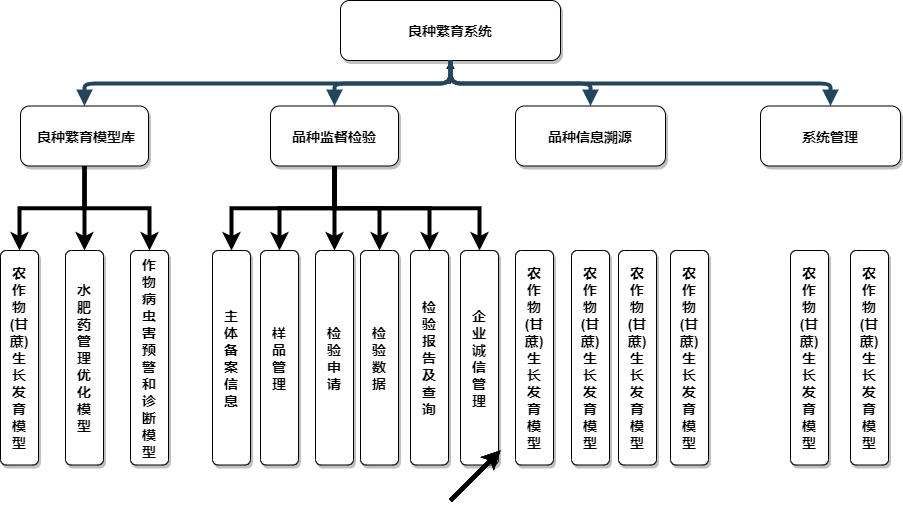
This is Untitled Diagram.png from kevinchen008/dragon, a draw.io export, as it was before one commit. Source tidied: cells renumbered, new cells last; positions are measured from the earlier drawing's top-left corner, leaving out a move shared by most shapes.
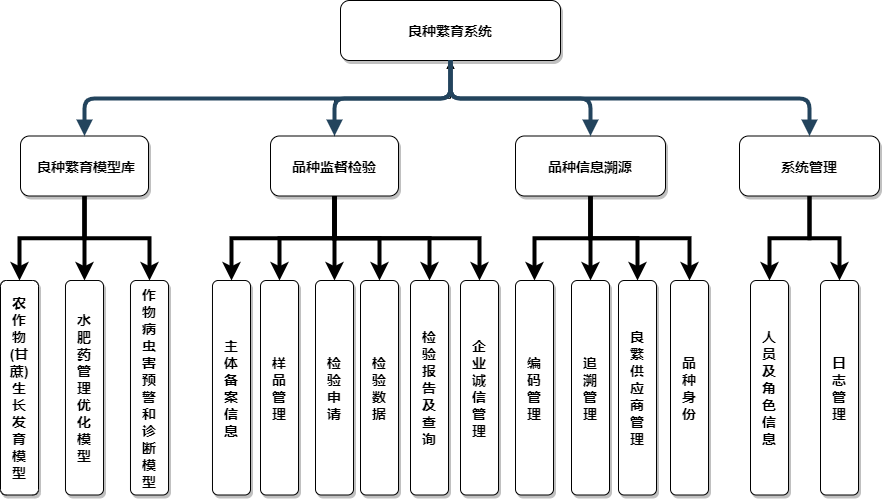
Above is the later version.

What changed in the source:
```diff
@@ -3,7 +3,7 @@
     <mxCell id="0" />
     <mxCell id="1" parent="0" />
     <mxCell id="2" value="良种繁育系统" style="rounded=1;shadow=1;fontStyle=1;fontSize=14;" parent="1" vertex="1">
-      <mxGeometry x="340" width="220" height="60" as="geometry" />
+      <mxGeometry x="340" y="-30" width="220" height="60" as="geometry" />
     </mxCell>
     <mxCell id="3" style="edgeStyle=orthogonalEdgeStyle;rounded=0;jettySize=auto;html=1;entryX=0.5;entryY=0;entryDx=0;entryDy=0;fontFamily=Helvetica;strokeWidth=4;exitX=0.5;exitY=1;exitDx=0;exitDy=0;" parent="1" edge="1" source="6" target="16">
       <mxGeometry relative="1" as="geometry" />
@@ -41,6 +41,18 @@
     <mxCell id="14" value="品种监督检验" style="rounded=1;shadow=1;fontStyle=1;fontSize=14;" parent="1" vertex="1">
       <mxGeometry x="270" y="105.5" width="128" height="60" as="geometry" />
     </mxCell>
+    <mxCell id="41" style="edgeStyle=orthogonalEdgeStyle;rounded=0;jettySize=auto;html=1;exitX=0.5;exitY=1;exitDx=0;exitDy=0;entryX=0.5;entryY=0;entryDx=0;entryDy=0;strokeWidth=4;fontFamily=Helvetica;" parent="1" edge="1" source="15" target="30">
+      <mxGeometry relative="1" as="geometry" />
+    </mxCell>
+    <mxCell id="42" style="edgeStyle=orthogonalEdgeStyle;rounded=0;jettySize=auto;html=1;exitX=0.5;exitY=1;exitDx=0;exitDy=0;entryX=0.5;entryY=0;entryDx=0;entryDy=0;strokeWidth=4;fontFamily=Helvetica;" parent="1" edge="1" source="15" target="31">
+      <mxGeometry relative="1" as="geometry" />
+    </mxCell>
+    <mxCell id="43" style="edgeStyle=orthogonalEdgeStyle;rounded=0;jettySize=auto;html=1;exitX=0.5;exitY=1;exitDx=0;exitDy=0;strokeWidth=4;fontFamily=Helvetica;" parent="1" edge="1" source="15" target="32">
+      <mxGeometry relative="1" as="geometry" />
+    </mxCell>
+    <mxCell id="44" style="edgeStyle=orthogonalEdgeStyle;rounded=0;jettySize=auto;html=1;exitX=0.5;exitY=1;exitDx=0;exitDy=0;strokeWidth=4;fontFamily=Helvetica;" parent="1" edge="1" source="15" target="33">
+      <mxGeometry relative="1" as="geometry" />
+    </mxCell>
     <mxCell id="15" value="品种信息溯源" style="rounded=1;shadow=1;fontStyle=1;fontSize=14;" parent="1" vertex="1">
       <mxGeometry x="515" y="105.5" width="150" height="60" as="geometry" />
     </mxCell>
@@ -56,8 +68,14 @@
     <mxCell id="19" style="edgeStyle=elbowEdgeStyle;elbow=vertical;strokeWidth=4;endArrow=block;endFill=1;fontStyle=1;strokeColor=#23445D;" parent="1" edge="1" source="2" target="15">
       <mxGeometry x="22" y="165.5" as="geometry" />
     </mxCell>
+    <mxCell id="45" style="edgeStyle=orthogonalEdgeStyle;rounded=0;jettySize=auto;html=1;exitX=0.5;exitY=1;exitDx=0;exitDy=0;entryX=0.5;entryY=0;entryDx=0;entryDy=0;strokeWidth=4;fontFamily=Helvetica;" parent="1" edge="1" source="20" target="34">
+      <mxGeometry relative="1" as="geometry" />
+    </mxCell>
+    <mxCell id="46" style="edgeStyle=orthogonalEdgeStyle;rounded=0;jettySize=auto;html=1;exitX=0.5;exitY=1;exitDx=0;exitDy=0;entryX=0.5;entryY=0;entryDx=0;entryDy=0;strokeWidth=4;fontFamily=Helvetica;" parent="1" edge="1" source="20" target="35">
+      <mxGeometry relative="1" as="geometry" />
+    </mxCell>
     <mxCell id="20" value="系统管理" style="rounded=1;shadow=1;fontStyle=1;fontSize=14;" parent="1" vertex="1">
-      <mxGeometry x="760" y="105.5" width="140" height="60" as="geometry" />
+      <mxGeometry x="739" y="105.5" width="140" height="60" as="geometry" />
     </mxCell>
     <mxCell id="21" style="edgeStyle=elbowEdgeStyle;elbow=vertical;strokeWidth=4;endArrow=block;endFill=1;fontStyle=1;strokeColor=#23445D;exitX=0.5;exitY=1;exitDx=0;exitDy=0;" parent="1" edge="1" source="2" target="20">
       <mxGeometry x="32" y="175.5" as="geometry" />
@@ -86,53 +104,23 @@
     <mxCell id="29" value="企&#10;业&#10;诚&#10;信&#10;管&#10;理" style="rounded=1;shadow=1;fontStyle=1;fontSize=14;" parent="1" vertex="1">
       <mxGeometry x="460" y="250" width="38" height="214.5" as="geometry" />
     </mxCell>
-    <mxCell id="30" value="农&#10;作&#10;物&#10;(甘&#10;蔗)&#10;生&#10;长&#10;发&#10;育&#10;模&#10;型" style="rounded=1;shadow=1;fontStyle=1;fontSize=14;" parent="1" vertex="1">
+    <mxCell id="30" value="编&#10;码&#10;管&#10;理" style="rounded=1;shadow=1;fontStyle=1;fontSize=14;" parent="1" vertex="1">
       <mxGeometry x="515" y="250" width="38" height="214.5" as="geometry" />
     </mxCell>
-    <mxCell id="31" value="农&#10;作&#10;物&#10;(甘&#10;蔗)&#10;生&#10;长&#10;发&#10;育&#10;模&#10;型" style="rounded=1;shadow=1;fontStyle=1;fontSize=14;" parent="1" vertex="1">
+    <mxCell id="31" value="追&#10;溯&#10;管&#10;理" style="rounded=1;shadow=1;fontStyle=1;fontSize=14;" parent="1" vertex="1">
       <mxGeometry x="571" y="250" width="38" height="214.5" as="geometry" />
     </mxCell>
-    <mxCell id="32" value="农&#10;作&#10;物&#10;(甘&#10;蔗)&#10;生&#10;长&#10;发&#10;育&#10;模&#10;型" style="rounded=1;shadow=1;fontStyle=1;fontSize=14;" parent="1" vertex="1">
+    <mxCell id="32" value="良&#10;繁&#10;供&#10;应&#10;商&#10;管&#10;理" style="rounded=1;shadow=1;fontStyle=1;fontSize=14;" parent="1" vertex="1">
       <mxGeometry x="618" y="250" width="38" height="214.5" as="geometry" />
     </mxCell>
-    <mxCell id="33" value="农&#10;作&#10;物&#10;(甘&#10;蔗)&#10;生&#10;长&#10;发&#10;育&#10;模&#10;型" style="rounded=1;shadow=1;fontStyle=1;fontSize=14;" parent="1" vertex="1">
+    <mxCell id="33" value="品&#10;种&#10;身&#10;份" style="rounded=1;shadow=1;fontStyle=1;fontSize=14;" parent="1" vertex="1">
       <mxGeometry x="670" y="250" width="38" height="214.5" as="geometry" />
     </mxCell>
-    <mxCell id="34" value="农&#10;作&#10;物&#10;(甘&#10;蔗)&#10;生&#10;长&#10;发&#10;育&#10;模&#10;型" style="rounded=1;shadow=1;fontStyle=1;fontSize=14;" parent="1" vertex="1">
-      <mxGeometry x="790" y="250" width="38" height="214.5" as="geometry" />
+    <mxCell id="34" value="人&#10;员&#10;及&#10;角&#10;色&#10;信&#10;息" style="rounded=1;shadow=1;fontStyle=1;fontSize=14;" parent="1" vertex="1">
+      <mxGeometry x="750" y="250" width="38" height="214.5" as="geometry" />
     </mxCell>
-    <mxCell id="35" value="农&#10;作&#10;物&#10;(甘&#10;蔗)&#10;生&#10;长&#10;发&#10;育&#10;模&#10;型" style="rounded=1;shadow=1;fontStyle=1;fontSize=14;" parent="1" vertex="1">
-      <mxGeometry x="850" y="250" width="38" height="214.5" as="geometry" />
+    <mxCell id="35" value="日&#10;志&#10;管&#10;理" style="rounded=1;shadow=1;fontStyle=1;fontSize=14;" parent="1" vertex="1">
+      <mxGeometry x="820" y="250" width="38" height="214.5" as="geometry" />
     </mxCell>
-    <mxCell id="36" style="endArrow=classic;html=1;strokeWidth=4;fontFamily=Helvetica;" parent="1" edge="1">
-      <mxGeometry relative="1" as="geometry">
-        <mxPoint x="450" y="500" as="sourcePoint" />
-        <mxPoint x="500" y="450" as="targetPoint" />
-      </mxGeometry>
-    </mxCell>
-    <mxCell id="37" style="endArrow=classic;html=1;strokeWidth=4;fontFamily=Helvetica;" parent="1" edge="1">
-      <mxGeometry relative="1" as="geometry">
-        <mxPoint x="450" y="500" as="sourcePoint" />
-        <mxPoint x="500" y="450" as="targetPoint" />
-      </mxGeometry>
-    </mxCell>
-    <mxCell id="38" style="endArrow=classic;html=1;strokeWidth=4;fontFamily=Helvetica;" parent="1" edge="1">
-      <mxGeometry relative="1" as="geometry">
-        <mxPoint x="450" y="500" as="sourcePoint" />
-        <mxPoint x="500" y="450" as="targetPoint" />
-      </mxGeometry>
-    </mxCell>
-    <mxCell id="39" style="endArrow=classic;html=1;strokeWidth=4;fontFamily=Helvetica;" parent="1" edge="1">
-      <mxGeometry relative="1" as="geometry">
-        <mxPoint x="450" y="500" as="sourcePoint" />
-        <mxPoint x="500" y="450" as="targetPoint" />
-      </mxGeometry>
-    </mxCell>
-    <mxCell id="40" style="endArrow=classic;html=1;strokeWidth=4;fontFamily=Helvetica;" parent="1" edge="1">
-      <mxGeometry relative="1" as="geometry">
-        <mxPoint x="450" y="500" as="sourcePoint" />
-        <mxPoint x="500" y="450" as="targetPoint" />
-      </mxGeometry>
-    </mxCell>
   </root>
 </mxGraphModel>
```
